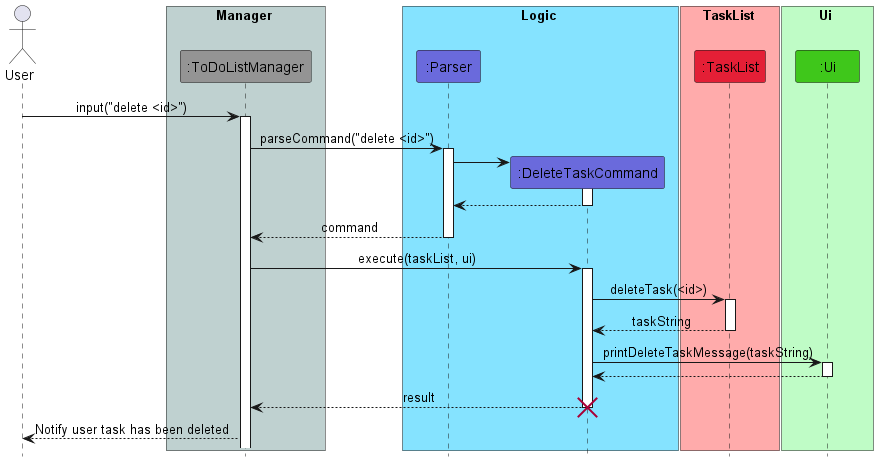
Above: docs/images/DeleteTaskCommandSequence.png in nus-cs2113-AY2223S2/tp (PlantUML), before the change.
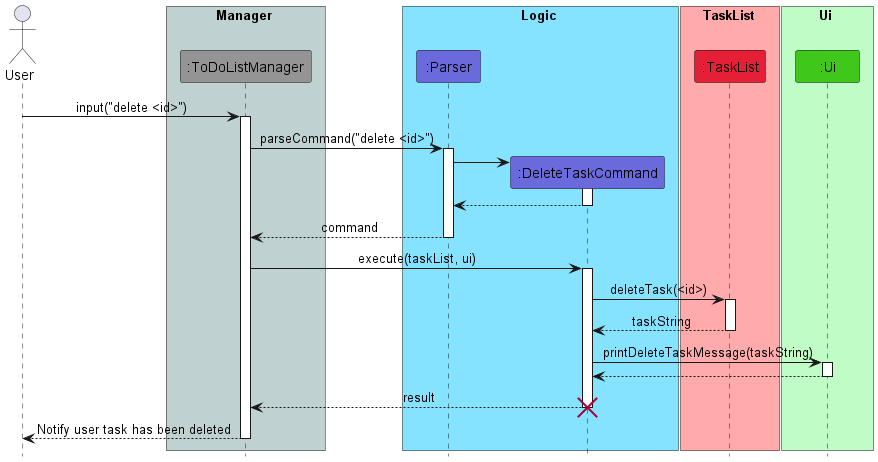
Later version of the same file.

The edit, as a diff of the source:
```diff
@@ -45,4 +45,5 @@
 deactivate DeleteTaskCommand
 destroy DeleteTaskCommand
 ToDoListManager --> User : Notify user task has been deleted
+deactivate ToDoListManager
 @enduml
```
